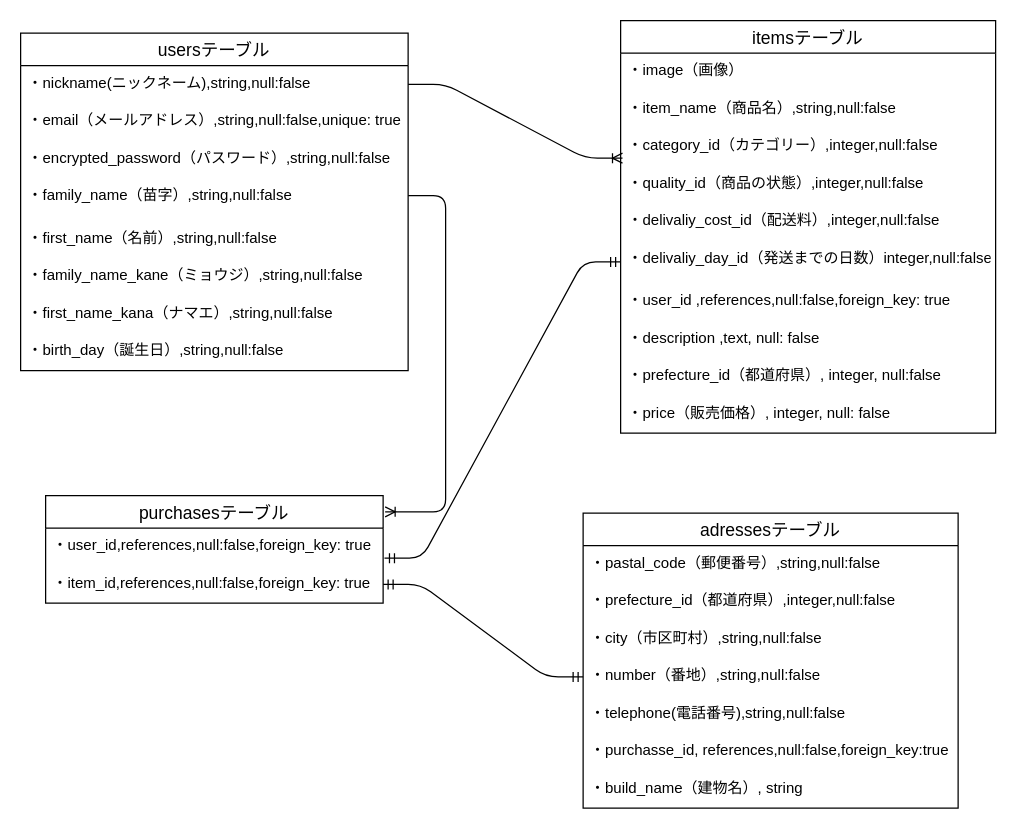
Above: furima.dio in yuta-d/furima-34332 (draw.io), before the change. Source tidied: cells renumbered, new cells numbered last; positions are measured from the earlier drawing's top-left corner, leaving out a move shared by most shapes. Both pictures are drawn from the tidied source at 125%, with x=0, y=0 at pixel (20, 20).
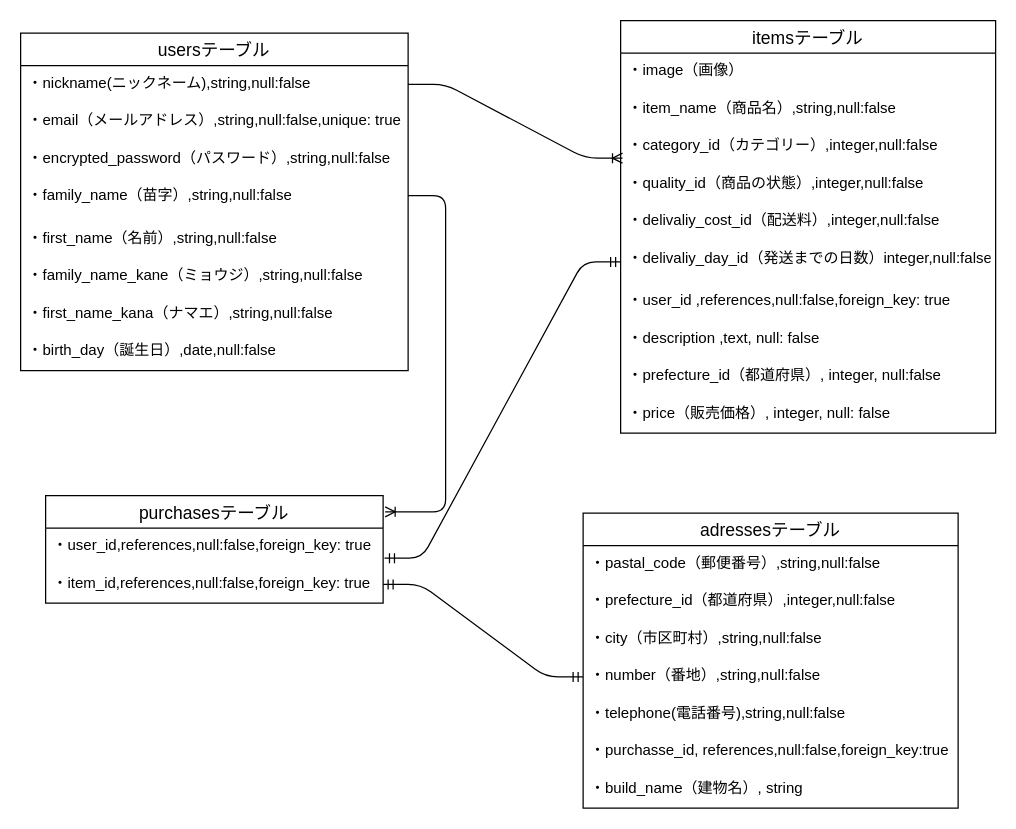
The same page after the edit.

Unchanged cells that the change refers to:
```xml
<mxCell id="2" value="usersテーブル" style="swimlane;fontStyle=0;horizontal=1;startSize=26;align=center;fontSize=14;" parent="1" vertex="1">
  <mxGeometry y="10" width="310" height="270" as="geometry" />
</mxCell>
```

The edit, as a diff of the source:
```diff
@@
-    <mxCell id="10" value="・birth_day（誕生日）,string,null:false" style="text;strokeColor=none;fillColor=none;spacingLeft=4;spacingRight=4;overflow=hidden;fontSize=12;" parent="2" vertex="1">
+    <mxCell id="10" value="・birth_day（誕生日）,date,null:false" style="text;strokeColor=none;fillColor=none;spacingLeft=4;spacingRight=4;overflow=hidden;fontSize=12;" parent="2" vertex="1">
       <mxGeometry y="240" width="310" height="30" as="geometry" />
     </mxCell>
```
